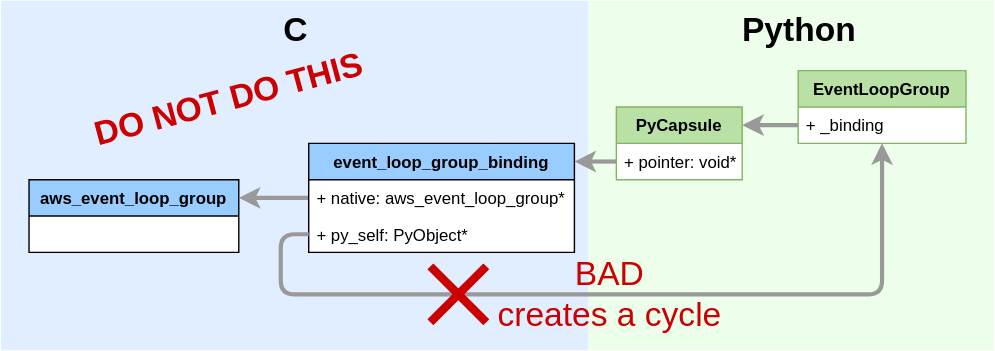
Earlier version of the draw.io export docs/dev/binding-bad-cycle.svg (awslabs/aws-crt-python). Source tidied: cells renumbered, new cells last; positions are measured from the earlier drawing's top-left corner, leaving out a move shared by most shapes.
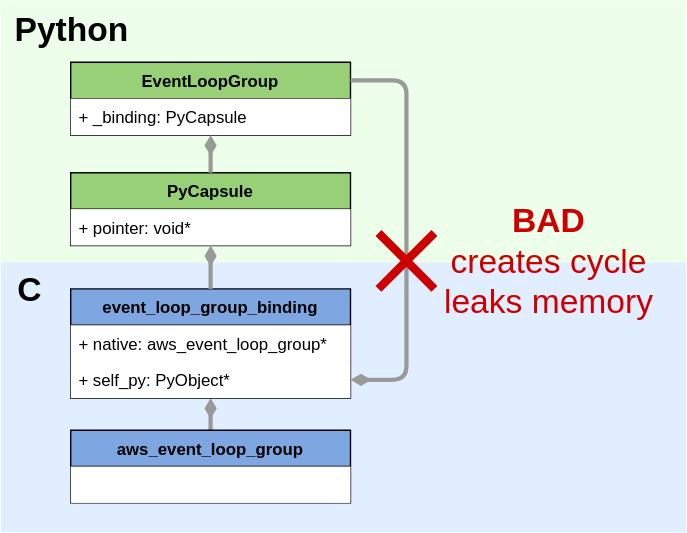
After the commit.

Diff of the diagram source:
```diff
@@ -3,80 +3,75 @@
     <mxCell id="0" />
     <mxCell id="1" parent="0" />
     <mxCell id="2" style="rounded=0;whiteSpace=wrap;html=1;fillColor=#e0eeff;fontFamily=Helvetica;fontSize=12;strokeColor=none;glass=0;shadow=0;labelPosition=center;verticalLabelPosition=top;align=center;verticalAlign=bottom;horizontal=1;spacing=0;" parent="1" vertex="1">
-      <mxGeometry width="420" height="250" as="geometry" />
+      <mxGeometry x="600" y="467" width="490" height="193" as="geometry" />
     </mxCell>
     <mxCell id="3" style="rounded=0;whiteSpace=wrap;html=1;fillColor=#edffeb;fontFamily=Helvetica;fontSize=12;strokeColor=none;" parent="1" vertex="1">
-      <mxGeometry x="420" width="290" height="250" as="geometry" />
+      <mxGeometry x="600" y="280" width="490" height="187" as="geometry" />
     </mxCell>
     <mxCell id="4" value="Python" style="text;html=1;strokeColor=none;fillColor=none;align=center;verticalAlign=middle;whiteSpace=wrap;rounded=0;fontSize=24;fontFamily=Helvetica;fontStyle=1;" parent="1" vertex="1">
-      <mxGeometry x="550" y="10" width="40" height="20" as="geometry" />
+      <mxGeometry x="630" y="290" width="40" height="20" as="geometry" />
     </mxCell>
-    <mxCell id="5" value="EventLoopGroup" style="swimlane;fontStyle=1;horizontal=1;startSize=26;fillColor=#b9e0a5;fontFamily=Helvetica;fontSize=12;gradientDirection=east;swimlaneFillColor=#ffffff;strokeColor=#82b366;" parent="1" vertex="1">
-      <mxGeometry x="570" y="50" width="120" height="52" as="geometry" />
+    <mxCell id="5" value="C" style="text;html=1;strokeColor=none;fillColor=none;align=center;verticalAlign=middle;whiteSpace=wrap;rounded=0;shadow=0;glass=0;labelBackgroundColor=none;fontFamily=Helvetica;fontSize=24;fontStyle=1;" parent="1" vertex="1">
+      <mxGeometry x="600" y="476" width="40" height="20" as="geometry" />
     </mxCell>
-    <mxCell id="6" value="+ _binding" style="text;strokeColor=none;fillColor=none;align=left;verticalAlign=top;spacingLeft=4;spacingRight=4;overflow=hidden;points=[[0,0.5],[1,0.5]];portConstraint=eastwest;" parent="5" vertex="1">
-      <mxGeometry y="26" width="120" height="26" as="geometry" />
+    <mxCell id="6" value="EventLoopGroup" style="swimlane;fontStyle=1;horizontal=1;startSize=26;fillColor=#97d077;labelBackgroundColor=none;strokeColor=#000000;fontSize=12;" parent="1" vertex="1">
+      <mxGeometry x="650" y="324" width="200" height="52" as="geometry" />
     </mxCell>
-    <mxCell id="7" style="rounded=0;jettySize=auto;html=1;exitX=0;exitY=0.5;exitDx=0;exitDy=0;strokeColor=#999999;strokeWidth=3;fontFamily=Helvetica;fontSize=12;entryX=1;entryY=0.25;entryDx=0;entryDy=0;fillColor=#f5f5f5;" parent="1" edge="1" source="6" target="11">
-      <mxGeometry relative="1" as="geometry" />
+    <mxCell id="7" value="+ _binding: PyCapsule" style="text;strokeColor=none;fillColor=#ffffff;align=left;verticalAlign=top;spacingLeft=4;spacingRight=4;overflow=hidden;" parent="6" vertex="1">
+      <mxGeometry y="26" width="200" height="26" as="geometry" />
     </mxCell>
-    <mxCell id="8" value="aws_event_loop_group" style="swimlane;fontStyle=1;horizontal=1;startSize=26;fillColor=#99ccff;fontFamily=Helvetica;fontSize=12;swimlaneFillColor=#ffffff;" parent="1" vertex="1">
-      <mxGeometry x="20" y="128" width="150" height="52" as="geometry" />
+    <mxCell id="8" value="PyCapsule" style="swimlane;fontStyle=1;horizontal=1;startSize=26;fillColor=#97d077;labelBackgroundColor=none;strokeColor=#000000;fontSize=12;" parent="1" vertex="1">
+      <mxGeometry x="650" y="403" width="200" height="52" as="geometry" />
     </mxCell>
-    <mxCell id="9" style="edgeStyle=none;rounded=0;jettySize=auto;html=1;strokeColor=#999999;strokeWidth=3;fontFamily=Helvetica;fontSize=12;exitX=0;exitY=0.5;exitDx=0;exitDy=0;entryX=1;entryY=0.25;entryDx=0;entryDy=0;jumpStyle=none;shadow=0;comic=0;fixDash=0;backgroundOutline=0;noJump=0;endFill=1;" parent="1" edge="1" target="8">
-      <mxGeometry relative="1" as="geometry">
-        <mxPoint x="220" y="141" as="sourcePoint" />
-      </mxGeometry>
+    <mxCell id="9" value="+ pointer: void*" style="text;strokeColor=none;fillColor=#ffffff;align=left;verticalAlign=top;spacingLeft=4;spacingRight=4;overflow=hidden;" parent="8" vertex="1">
+      <mxGeometry y="26" width="200" height="26" as="geometry" />
     </mxCell>
-    <mxCell id="10" style="edgeStyle=none;rounded=0;jettySize=auto;html=1;exitX=0;exitY=0.5;exitDx=0;exitDy=0;strokeColor=#999999;strokeWidth=3;fontFamily=Helvetica;fontSize=12;entryX=1;entryY=0.25;entryDx=0;entryDy=0;" parent="1" edge="1" source="12">
-      <mxGeometry relative="1" as="geometry">
-        <mxPoint x="410" y="115" as="targetPoint" />
-      </mxGeometry>
+    <mxCell id="10" style="edgeStyle=orthogonalEdgeStyle;jettySize=auto;html=1;shadow=0;endArrow=diamondThin;endFill=1;strokeColor=#999999;strokeWidth=3;fontSize=12;" parent="1" edge="1" source="14" target="11">
+      <mxGeometry relative="1" as="geometry" />
     </mxCell>
-    <mxCell id="11" value="PyCapsule" style="swimlane;fontStyle=1;horizontal=1;startSize=26;fillColor=#b9e0a5;fontFamily=Helvetica;fontSize=12;gradientDirection=east;swimlaneFillColor=#ffffff;strokeColor=#82b366;" parent="1" vertex="1">
-      <mxGeometry x="440" y="76" width="90" height="52" as="geometry" />
+    <mxCell id="11" value="event_loop_group_binding" style="swimlane;fontStyle=1;horizontal=1;startSize=26;fillColor=#7ea6e0;labelBackgroundColor=none;strokeColor=#000000;fontSize=12;" parent="1" vertex="1">
+      <mxGeometry x="650" y="486" width="200" height="78" as="geometry" />
     </mxCell>
-    <mxCell id="12" value="+ pointer: void*" style="text;strokeColor=none;fillColor=none;align=left;verticalAlign=top;spacingLeft=4;spacingRight=4;overflow=hidden;points=[[0,0.5],[1,0.5]];portConstraint=eastwest;" parent="11" vertex="1">
-      <mxGeometry y="26" width="90" height="26" as="geometry" />
+    <mxCell id="12" value="+ native: aws_event_loop_group*" style="text;strokeColor=none;fillColor=#ffffff;align=left;verticalAlign=top;spacingLeft=4;spacingRight=4;overflow=hidden;points=[[0,0.5],[1,0.5]];portConstraint=eastwest;" parent="11" vertex="1">
+      <mxGeometry y="26" width="200" height="26" as="geometry" />
     </mxCell>
-    <mxCell id="13" value="C" style="text;html=1;strokeColor=none;fillColor=none;align=center;verticalAlign=middle;whiteSpace=wrap;rounded=0;shadow=0;glass=0;labelBackgroundColor=none;fontFamily=Helvetica;fontSize=24;fontStyle=1;" parent="1" vertex="1">
-      <mxGeometry x="190" y="10" width="40" height="20" as="geometry" />
+    <mxCell id="13" value="+ self_py: PyObject*" style="text;strokeColor=none;fillColor=#ffffff;align=left;verticalAlign=top;spacingLeft=4;spacingRight=4;overflow=hidden;points=[[0,0.5],[1,0.5]];portConstraint=eastwest;" parent="11" vertex="1">
+      <mxGeometry y="52" width="200" height="26" as="geometry" />
     </mxCell>
-    <mxCell id="14" value="event_loop_group_binding" style="swimlane;fontStyle=1;horizontal=1;startSize=26;fillColor=#99ccff;fontFamily=Helvetica;fontSize=12;gradientDirection=east;swimlaneFillColor=#ffffff;strokeColor=#000000;" parent="1" vertex="1">
-      <mxGeometry x="220" y="102" width="190" height="78" as="geometry" />
+    <mxCell id="14" value="aws_event_loop_group" style="swimlane;fontStyle=1;horizontal=1;startSize=26;fillColor=#7ea6e0;labelBackgroundColor=none;strokeColor=#000000;fontSize=12;" parent="1" vertex="1">
+      <mxGeometry x="650" y="587" width="200" height="52" as="geometry" />
     </mxCell>
-    <mxCell id="15" value="+ native: aws_event_loop_group*" style="text;strokeColor=none;fillColor=none;align=left;verticalAlign=top;spacingLeft=4;spacingRight=4;overflow=hidden;" parent="14" vertex="1">
-      <mxGeometry y="26" width="190" height="26" as="geometry" />
+    <mxCell id="15" style="text;strokeColor=none;fillColor=#ffffff;align=left;verticalAlign=top;spacingLeft=4;spacingRight=4;overflow=hidden;" parent="14" vertex="1">
+      <mxGeometry y="26" width="200" height="26" as="geometry" />
     </mxCell>
-    <mxCell id="16" value="+ py_self: PyObject*" style="text;strokeColor=none;fillColor=none;align=left;verticalAlign=top;spacingLeft=4;spacingRight=4;overflow=hidden;points=[[0,0.5],[1,0.5]];portConstraint=eastwest;" parent="14" vertex="1">
-      <mxGeometry y="52" width="190" height="26" as="geometry" />
+    <mxCell id="16" style="endArrow=diamondThin;html=1;shadow=0;strokeColor=#999999;strokeWidth=3;fontSize=12;endFill=1;edgeStyle=orthogonalEdgeStyle;" parent="1" edge="1" source="8" target="6">
+      <mxGeometry relative="1" as="geometry" />
     </mxCell>
-    <mxCell id="17" style="edgeStyle=orthogonalEdgeStyle;jettySize=auto;html=1;strokeColor=#999999;strokeWidth=3;fontFamily=Helvetica;fontSize=12;exitX=0;exitY=0.5;exitDx=0;exitDy=0;jumpStyle=none;shadow=0;comic=0;fixDash=0;backgroundOutline=0;noJump=0;endFill=1;rounded=1;" parent="1" edge="1" source="16" target="5">
-      <mxGeometry relative="1" as="geometry">
-        <Array as="points">
-          <mxPoint x="200" y="167" />
-          <mxPoint x="200" y="210" />
-          <mxPoint x="630" y="210" />
-        </Array>
-      </mxGeometry>
+    <mxCell id="17" style="edgeStyle=orthogonalEdgeStyle;jettySize=auto;html=1;shadow=0;endArrow=diamondThin;endFill=1;strokeColor=#999999;strokeWidth=3;fontSize=12;" parent="1" edge="1" source="11" target="8">
+      <mxGeometry relative="1" as="geometry" />
     </mxCell>
-    <mxCell id="18" style="endArrow=none;html=1;shadow=0;strokeColor=#cc0000;strokeWidth=6;fontFamily=Helvetica;fontSize=12;" parent="1" edge="1">
+    <mxCell id="18" style="edgeStyle=orthogonalEdgeStyle;jettySize=auto;html=1;shadow=0;endArrow=diamondThin;endFill=1;strokeColor=#999999;strokeWidth=3;fontSize=12;entryX=1;entryY=0.5;entryDx=0;entryDy=0;exitX=1;exitY=0.25;exitDx=0;exitDy=0;" parent="1" edge="1" source="6" target="13">
       <mxGeometry relative="1" as="geometry">
-        <mxPoint x="307" y="190" as="sourcePoint" />
-        <mxPoint x="347" y="230" as="targetPoint" />
+        <Array as="points">
+          <mxPoint x="890" y="337" />
+          <mxPoint x="890" y="551" />
+        </Array>
       </mxGeometry>
     </mxCell>
     <mxCell id="19" style="endArrow=none;html=1;shadow=0;strokeColor=#cc0000;strokeWidth=6;fontFamily=Helvetica;fontSize=12;" parent="1" edge="1">
       <mxGeometry relative="1" as="geometry">
-        <mxPoint x="307" y="230" as="sourcePoint" />
-        <mxPoint x="347" y="190" as="targetPoint" />
+        <mxPoint x="870" y="446" as="sourcePoint" />
+        <mxPoint x="910" y="486" as="targetPoint" />
       </mxGeometry>
     </mxCell>
-    <mxCell id="20" value="&lt;div style=&quot;font-size: 24px;&quot;&gt;BAD&lt;/div&gt;&lt;div style=&quot;font-size: 24px;&quot;&gt;creates a cycle&lt;br style=&quot;font-size: 24px;&quot;&gt;&lt;/div&gt;" style="text;html=1;strokeColor=none;fillColor=none;align=center;verticalAlign=middle;whiteSpace=wrap;rounded=0;shadow=0;glass=0;labelBackgroundColor=none;fontFamily=Helvetica;fontSize=24;fontColor=#cc0000;" parent="1" vertex="1">
-      <mxGeometry x="325" y="180" width="220" height="60" as="geometry" />
+    <mxCell id="20" style="endArrow=none;html=1;shadow=0;strokeColor=#cc0000;strokeWidth=6;fontFamily=Helvetica;fontSize=12;" parent="1" edge="1">
+      <mxGeometry relative="1" as="geometry">
+        <mxPoint x="870" y="486" as="sourcePoint" />
+        <mxPoint x="910" y="446" as="targetPoint" />
+      </mxGeometry>
     </mxCell>
-    <mxCell id="21" value="&lt;b&gt;DO NOT DO THIS&lt;/b&gt;" style="text;html=1;strokeColor=none;fillColor=none;align=center;verticalAlign=middle;whiteSpace=wrap;rounded=0;shadow=0;glass=0;labelBackgroundColor=none;fontFamily=Helvetica;fontSize=24;fontColor=#cc0000;rotation=-15;" parent="1" vertex="1">
-      <mxGeometry x="52" y="40" width="220" height="60" as="geometry" />
+    <mxCell id="21" value="&lt;div style=&quot;font-size: 24px&quot;&gt;&lt;b&gt;BAD&lt;/b&gt;&lt;/div&gt;&lt;div style=&quot;font-size: 24px&quot;&gt;creates cycle&lt;/div&gt;&lt;div style=&quot;font-size: 24px&quot;&gt;leaks memory&lt;br style=&quot;font-size: 24px&quot;&gt;&lt;/div&gt;" style="text;html=1;strokeColor=none;fillColor=none;align=center;verticalAlign=middle;whiteSpace=wrap;rounded=0;shadow=0;glass=0;labelBackgroundColor=none;fontFamily=Helvetica;fontSize=24;fontColor=#cc0000;" parent="1" vertex="1">
+      <mxGeometry x="910" y="436" width="162" height="60" as="geometry" />
     </mxCell>
   </root>
 </mxGraphModel>
```
